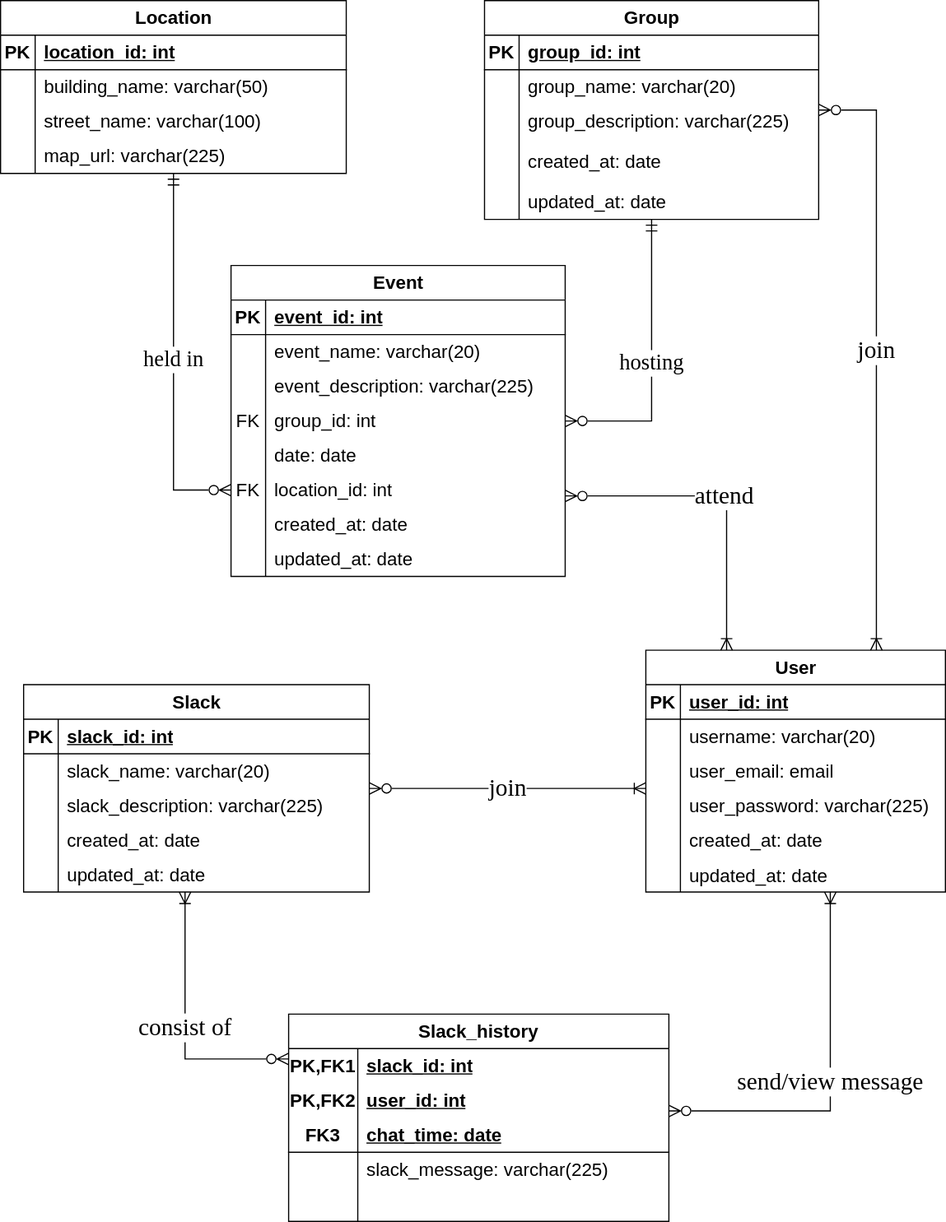
Above: Tampa Bay Designer.drawio.svg in Aisha1098/intern (draw.io), before the change. Source tidied: cells renumbered, new cells last; positions are measured from the earlier drawing's top-left corner, leaving out a move shared by most shapes.
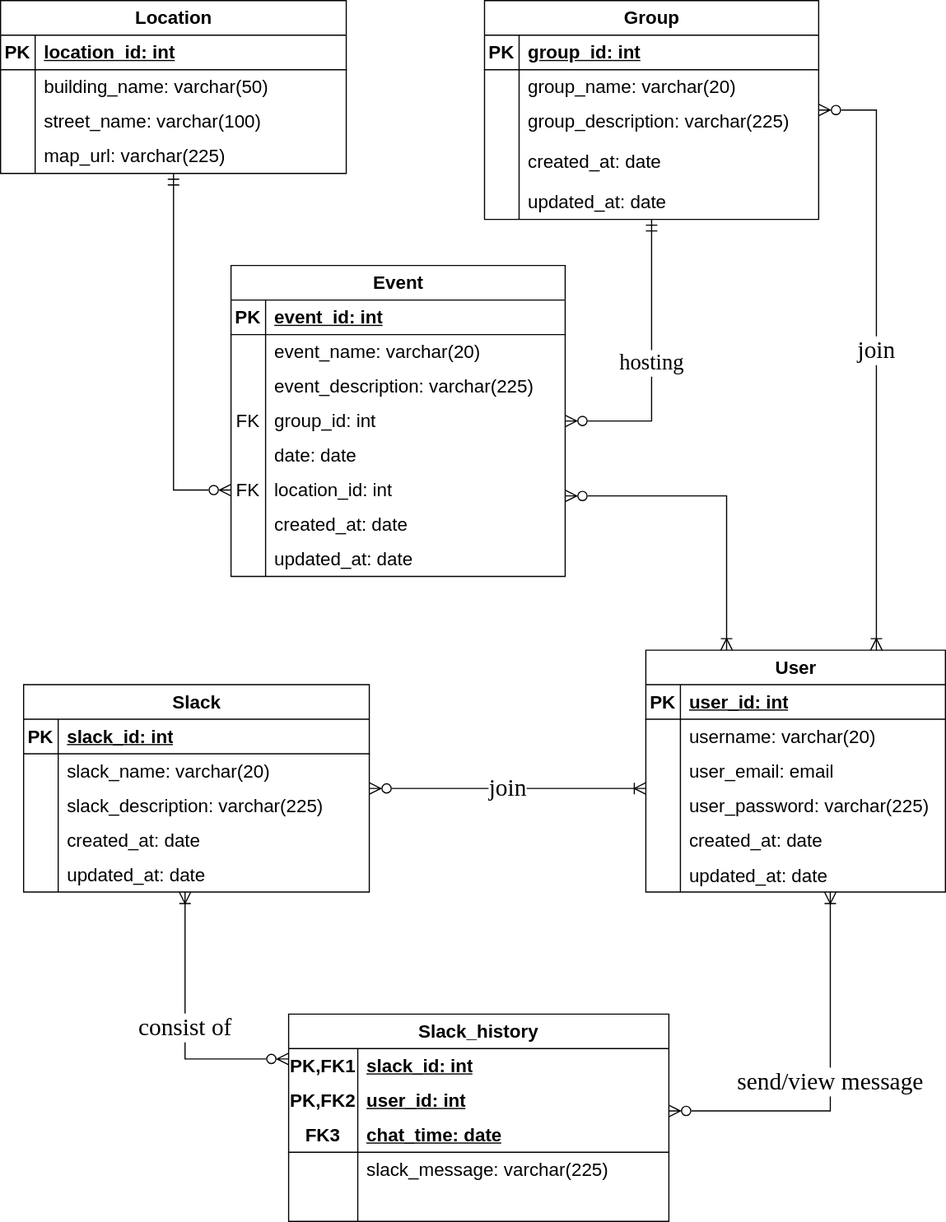
The same file after the commit.

Diff of the diagram source:
```diff
@@ -167,7 +167,7 @@
     <mxCell id="56" value="map_url: varchar(225)" style="shape=partialRectangle;fillColor=none;top=0;left=0;bottom=0;right=0;align=left;spacingLeft=6;overflow=hidden;whiteSpace=wrap;html=1;fontSize=16;" parent="54" vertex="1">
       <mxGeometry x="30" width="270" height="30" as="geometry" />
     </mxCell>
-    <mxCell id="57" value="held in" style="edgeStyle=orthogonalEdgeStyle;rounded=0;jettySize=auto;html=1;fontSize=19;startSize=8;endSize=8;endArrow=ERzeroToMany;endFill=0;startArrow=ERmandOne;startFill=0;fontFamily=Permanent Marker;fontSource=https%3A%2F%2Ffonts.googleapis.com%2Fcss%3Ffamily%3DPermanent%2BMarker;" parent="1" edge="1" source="44" target="18">
+    <mxCell id="57" style="edgeStyle=orthogonalEdgeStyle;rounded=0;jettySize=auto;html=1;fontSize=19;startSize=8;endSize=8;endArrow=ERzeroToMany;endFill=0;startArrow=ERmandOne;startFill=0;fontFamily=Permanent Marker;fontSource=https%3A%2F%2Ffonts.googleapis.com%2Fcss%3Ffamily%3DPermanent%2BMarker;" parent="1" edge="1" source="44" target="18">
       <mxGeometry relative="1" as="geometry" />
     </mxCell>
     <mxCell id="58" value="Slack" style="shape=table;startSize=30;rowLines=0;fontStyle=1;align=center;html=1;fontSize=16;" parent="1" vertex="1">
@@ -323,7 +323,7 @@
     <mxCell id="108" style="shape=partialRectangle;fillColor=none;top=0;left=0;bottom=0;right=0;align=left;spacingLeft=6;overflow=hidden;html=1;whiteSpace=wrap;fontSize=16;" parent="106" vertex="1">
       <mxGeometry x="60" width="270" height="30" as="geometry" />
     </mxCell>
-    <mxCell id="109" value="attend" style="endArrow=ERzeroToMany;html=1;rounded=0;fontSize=21;startSize=8;endSize=8;edgeStyle=orthogonalEdgeStyle;endFill=0;startArrow=ERoneToMany;startFill=0;fontFamily=Permanent Marker;fontSource=https%3A%2F%2Ffonts.googleapis.com%2Fcss%3Ffamily%3DPermanent%2BMarker;" parent="1" edge="1" source="74" target="2">
+    <mxCell id="109" style="endArrow=ERzeroToMany;html=1;rounded=0;fontSize=21;startSize=8;endSize=8;edgeStyle=orthogonalEdgeStyle;endFill=0;startArrow=ERoneToMany;startFill=0;fontFamily=Permanent Marker;fontSource=https%3A%2F%2Ffonts.googleapis.com%2Fcss%3Ffamily%3DPermanent%2BMarker;" parent="1" edge="1" source="74" target="2">
       <mxGeometry relative="1" as="geometry">
         <Array as="points">
           <mxPoint x="630" y="430" />
```
